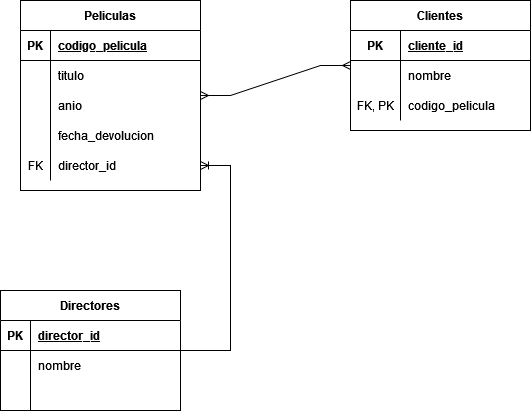
The draw.io diagram 1FN.png in Al-Sagredo/Normalizacion, before a commit. Source tidied: cells renumbered, new cells last; positions are measured from the earlier drawing's top-left corner, leaving out a move shared by most shapes.
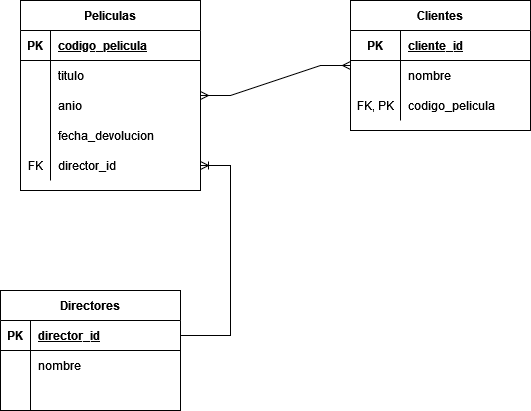
The same file after the commit.

The edit, as a diff of the source:
```diff
@@ -113,7 +113,7 @@
     <mxCell id="38" style="shape=partialRectangle;fillColor=none;top=0;left=0;bottom=0;right=0;align=left;spacingLeft=6;overflow=hidden;" parent="36" vertex="1">
       <mxGeometry x="30" width="150" height="30" as="geometry" />
     </mxCell>
-    <mxCell id="39" style="edgeStyle=entityRelationEdgeStyle;fontSize=12;html=1;endArrow=ERoneToMany;rounded=0;" parent="1" edge="1" source="29" target="15">
+    <mxCell id="39" style="edgeStyle=entityRelationEdgeStyle;fontSize=12;html=1;endArrow=ERoneToMany;rounded=0;" parent="1" edge="1" source="30" target="15">
       <mxGeometry relative="1" as="geometry" />
     </mxCell>
   </root>
```
